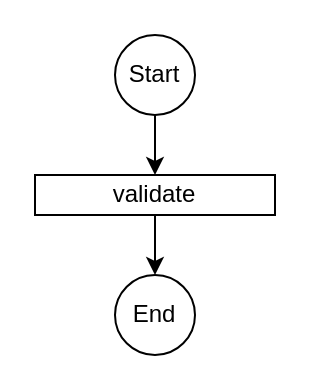
Earlier version of the draw.io diagram images/experiments/command/experiments-command-validate.drawio (neuro-stimulator/neuro-server). Source tidied: cells renumbered, new cells numbered last; positions are measured from the earlier drawing's top-left corner, leaving out a move shared by most shapes. Both pictures are drawn from the tidied source at 200%, with x=0, y=0 at pixel (34, 34).
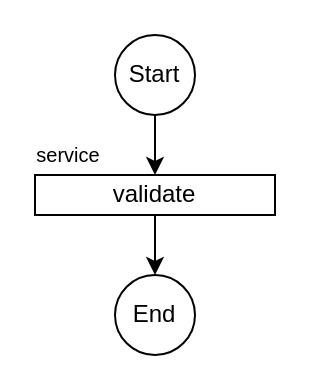
The same diagram, later.

The edit, as a diff of the source:
```diff
@@
 <mxGraphModel>
   <root>
     <mxCell id="0" />
     <mxCell id="1" parent="0" />
     <mxCell id="2" value="Start" style="ellipse;whiteSpace=wrap;html=1;" parent="1" vertex="1">
       <mxGeometry x="40" width="40" height="40" as="geometry" />
     </mxCell>
     <mxCell id="3" style="edgeStyle=orthogonalEdgeStyle;rounded=0;jettySize=auto;html=1;exitX=0.5;exitY=1;exitDx=0;exitDy=0;" parent="1" edge="1" source="2">
       <mxGeometry relative="1" as="geometry">
         <mxPoint x="60" y="70" as="targetPoint" />
       </mxGeometry>
     </mxCell>
     <mxCell id="4" style="edgeStyle=orthogonalEdgeStyle;rounded=0;orthogonalLoop=1;jettySize=auto;html=1;entryX=0.5;entryY=0;entryDx=0;entryDy=0;" parent="1" edge="1">
       <mxGeometry relative="1" as="geometry">
         <mxPoint x="60" y="90" as="sourcePoint" />
         <mxPoint x="60" y="120" as="targetPoint" />
       </mxGeometry>
     </mxCell>
     <mxCell id="5" value="End" style="ellipse;whiteSpace=wrap;html=1;" parent="1" vertex="1">
       <mxGeometry x="40" y="120" width="40" height="40" as="geometry" />
     </mxCell>
     <mxCell id="6" value="validate" style="rounded=0;whiteSpace=wrap;html=1;" parent="1" vertex="1">
       <mxGeometry y="70" width="120" height="20" as="geometry" />
     </mxCell>
+    <mxCell id="7" value="service" style="text;html=1;strokeColor=none;fillColor=none;align=center;verticalAlign=middle;whiteSpace=wrap;rounded=0;fontSize=10;" parent="1" vertex="1">
+      <mxGeometry y="50" width="34" height="20" as="geometry" />
+    </mxCell>
   </root>
 </mxGraphModel>
```
